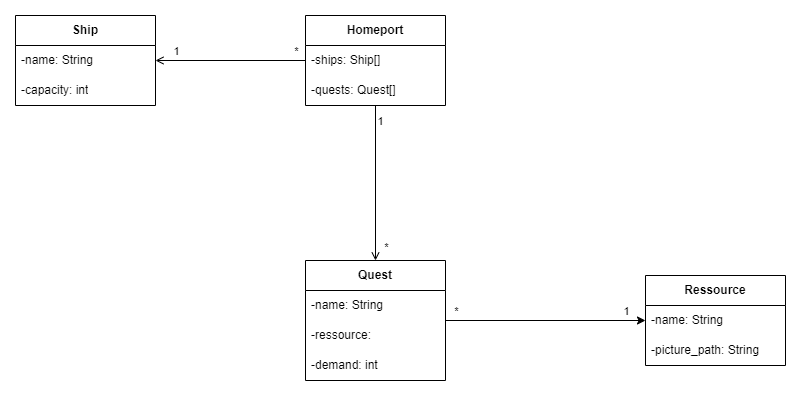
The draw.io diagram Klassendiagramm_Backend.drawio.png in Mole1803/SPoRT, before a commit. Source tidied: cells renumbered, new cells last; positions are measured from the earlier drawing's top-left corner, leaving out a move shared by most shapes.
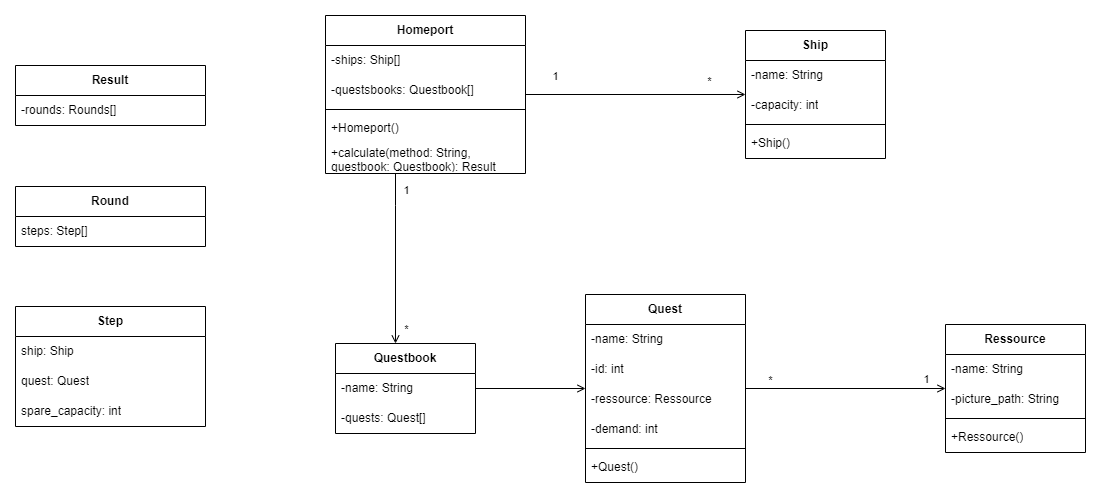
The same file after the commit.

Commit message:
update class diagram

Change to the diagram source:
```diff
@@ -1,84 +1,155 @@
-<mxGraphModel>
+<mxGraphModel background="#ffffff">
   <root>
     <mxCell id="0" />
     <mxCell id="1" parent="0" />
-    <mxCell id="2" style="edgeStyle=orthogonalEdgeStyle;rounded=0;jettySize=auto;html=1;endArrow=none;endFill=0;startArrow=open;startFill=0;" parent="1" edge="1" source="5" target="11">
+    <mxCell id="2" style="edgeStyle=orthogonalEdgeStyle;rounded=0;jettySize=auto;html=1;endArrow=none;endFill=0;startArrow=open;startFill=0;labelBackgroundColor=none;fontColor=default;" parent="1" edge="1" source="5" target="11">
       <mxGeometry relative="1" as="geometry" />
     </mxCell>
-    <mxCell id="3" value="*" style="edgeLabel;html=1;align=center;verticalAlign=middle;" parent="2" vertex="1">
+    <mxCell id="3" value="1" style="edgeLabel;html=1;align=center;verticalAlign=middle;rounded=0;labelBackgroundColor=none;" parent="2" vertex="1">
       <mxGeometry x="0.67" y="1" relative="1" as="geometry">
-        <mxPoint x="15" y="-9" as="offset" />
+        <mxPoint x="-8" y="-20" as="offset" />
       </mxGeometry>
     </mxCell>
-    <mxCell id="4" value="1" style="edgeLabel;html=1;align=center;verticalAlign=middle;" parent="2" vertex="1">
+    <mxCell id="4" value="*" style="edgeLabel;html=1;align=center;verticalAlign=middle;rounded=0;labelBackgroundColor=none;" parent="2" vertex="1">
       <mxGeometry x="-0.69" y="-2" relative="1" as="geometry">
         <mxPoint x="-3" y="-12" as="offset" />
       </mxGeometry>
     </mxCell>
-    <mxCell id="5" value="&lt;b&gt;Ship&lt;/b&gt;" style="swimlane;fontStyle=0;horizontal=1;startSize=30;whiteSpace=wrap;html=1;" parent="1" vertex="1">
-      <mxGeometry width="140" height="90" as="geometry" />
+    <mxCell id="5" value="&lt;b&gt;Ship&lt;/b&gt;" style="swimlane;fontStyle=0;horizontal=1;startSize=30;whiteSpace=wrap;html=1;rounded=0;labelBackgroundColor=none;" parent="1" vertex="1">
+      <mxGeometry x="680" y="40" width="140" height="128" as="geometry" />
     </mxCell>
-    <mxCell id="6" value="-name: String" style="text;strokeColor=none;fillColor=none;align=left;verticalAlign=middle;spacingLeft=4;spacingRight=4;overflow=hidden;whiteSpace=wrap;html=1;" parent="5" vertex="1">
+    <mxCell id="6" value="-name: String" style="text;strokeColor=none;fillColor=none;align=left;verticalAlign=middle;spacingLeft=4;spacingRight=4;overflow=hidden;whiteSpace=wrap;html=1;rounded=0;labelBackgroundColor=none;" parent="5" vertex="1">
       <mxGeometry y="30" width="140" height="30" as="geometry" />
     </mxCell>
-    <mxCell id="7" value="-capacity: int" style="text;strokeColor=none;fillColor=none;align=left;verticalAlign=middle;spacingLeft=4;spacingRight=4;overflow=hidden;whiteSpace=wrap;html=1;" parent="5" vertex="1">
+    <mxCell id="7" value="-capacity: int" style="text;strokeColor=none;fillColor=none;align=left;verticalAlign=middle;spacingLeft=4;spacingRight=4;overflow=hidden;whiteSpace=wrap;html=1;rounded=0;labelBackgroundColor=none;" parent="5" vertex="1">
       <mxGeometry y="60" width="140" height="30" as="geometry" />
     </mxCell>
+    <mxCell id="24" style="line;strokeWidth=1;fillColor=none;align=left;verticalAlign=middle;spacingTop=-1;spacingLeft=3;spacingRight=3;labelPosition=right;rounded=0;labelBackgroundColor=none;" parent="5" vertex="1">
+      <mxGeometry y="90" width="140" height="8" as="geometry" />
+    </mxCell>
+    <mxCell id="25" value="+Ship()" style="text;strokeColor=none;fillColor=none;align=left;verticalAlign=middle;spacingLeft=4;spacingRight=4;overflow=hidden;whiteSpace=wrap;html=1;rounded=0;labelBackgroundColor=none;" parent="5" vertex="1">
+      <mxGeometry y="98" width="140" height="30" as="geometry" />
+    </mxCell>
-    <mxCell id="8" style="edgeStyle=orthogonalEdgeStyle;rounded=0;jettySize=auto;html=1;endArrow=open;endFill=0;" parent="1" edge="1" source="11" target="17">
-      <mxGeometry relative="1" as="geometry" />
+    <mxCell id="8" style="edgeStyle=orthogonalEdgeStyle;rounded=0;jettySize=auto;html=1;endArrow=open;endFill=0;labelBackgroundColor=none;fontColor=default;" parent="1" edge="1" source="28" target="35">
+      <mxGeometry relative="1" as="geometry">
+        <Array as="points">
+          <mxPoint x="330" y="215" />
+          <mxPoint x="330" y="215" />
+        </Array>
+      </mxGeometry>
     </mxCell>
+    <mxCell id="10" value="*" style="edgeLabel;html=1;align=center;verticalAlign=middle;rounded=0;labelBackgroundColor=none;" parent="8" vertex="1">
+      <mxGeometry x="0.82" y="5" relative="1" as="geometry">
+        <mxPoint x="5" as="offset" />
+      </mxGeometry>
+    </mxCell>
-    <mxCell id="9" value="1" style="edgeLabel;html=1;align=center;verticalAlign=middle;" parent="8" vertex="1">
-      <mxGeometry x="-0.75" y="4" relative="1" as="geometry">
-        <mxPoint y="-4" as="offset" />
+    <mxCell id="9" value="1" style="edgeLabel;html=1;align=center;verticalAlign=middle;rounded=0;labelBackgroundColor=none;" parent="8" vertex="1">
+      <mxGeometry x="-0.81" y="1" relative="1" as="geometry">
+        <mxPoint x="9" as="offset" />
       </mxGeometry>
     </mxCell>
-    <mxCell id="10" value="*" style="edgeLabel;html=1;align=center;verticalAlign=middle;" parent="8" vertex="1">
-      <mxGeometry x="0.82" y="5" relative="1" as="geometry">
-        <mxPoint x="5" as="offset" />
-      </mxGeometry>
-    </mxCell>
-    <mxCell id="11" value="&lt;b&gt;Homeport&lt;/b&gt;" style="swimlane;fontStyle=0;horizontal=1;startSize=30;whiteSpace=wrap;html=1;" parent="1" vertex="1">
-      <mxGeometry x="290" width="140" height="90" as="geometry" />
+    <mxCell id="11" value="&lt;b&gt;Homeport&lt;/b&gt;" style="swimlane;fontStyle=0;horizontal=1;startSize=30;whiteSpace=wrap;html=1;rounded=0;labelBackgroundColor=none;gradientColor=none;swimlaneFillColor=none;" parent="1" vertex="1">
+      <mxGeometry x="260" y="25" width="200" height="158" as="geometry" />
     </mxCell>
-    <mxCell id="12" value="-ships: Ship[]" style="text;strokeColor=none;fillColor=none;align=left;verticalAlign=middle;spacingLeft=4;spacingRight=4;overflow=hidden;whiteSpace=wrap;html=1;" parent="11" vertex="1">
-      <mxGeometry y="30" width="140" height="30" as="geometry" />
+    <mxCell id="12" value="-ships: Ship[]" style="text;strokeColor=none;fillColor=none;align=left;verticalAlign=middle;spacingLeft=4;spacingRight=4;overflow=hidden;whiteSpace=wrap;html=1;rounded=0;labelBackgroundColor=none;" parent="11" vertex="1">
+      <mxGeometry y="30" width="200" height="30" as="geometry" />
     </mxCell>
-    <mxCell id="13" value="-quests: Quest[]" style="text;strokeColor=none;fillColor=none;align=left;verticalAlign=middle;spacingLeft=4;spacingRight=4;overflow=hidden;whiteSpace=wrap;html=1;" parent="11" vertex="1">
-      <mxGeometry y="60" width="140" height="30" as="geometry" />
+    <mxCell id="13" value="-questsbooks: Questbook[]" style="text;strokeColor=none;fillColor=none;align=left;verticalAlign=middle;spacingLeft=4;spacingRight=4;overflow=hidden;whiteSpace=wrap;html=1;rounded=0;labelBackgroundColor=none;" parent="11" vertex="1">
+      <mxGeometry y="60" width="200" height="30" as="geometry" />
     </mxCell>
+    <mxCell id="26" style="line;strokeWidth=1;fillColor=none;align=left;verticalAlign=middle;spacingTop=-1;spacingLeft=3;spacingRight=3;labelPosition=right;rounded=0;labelBackgroundColor=none;" parent="11" vertex="1">
+      <mxGeometry y="90" width="200" height="8" as="geometry" />
+    </mxCell>
+    <mxCell id="27" value="+Homeport()" style="text;strokeColor=none;fillColor=none;align=left;verticalAlign=middle;spacingLeft=4;spacingRight=4;overflow=hidden;whiteSpace=wrap;html=1;rounded=0;labelBackgroundColor=none;" parent="11" vertex="1">
+      <mxGeometry y="98" width="200" height="30" as="geometry" />
+    </mxCell>
+    <mxCell id="28" value="+calculate(method: String, questbook: Questbook): Result" style="text;strokeColor=none;fillColor=none;align=left;verticalAlign=middle;spacingLeft=4;spacingRight=4;overflow=hidden;points=[[0,0.5],[1,0.5]];portConstraint=eastwest;whiteSpace=wrap;html=1;rounded=0;labelBackgroundColor=none;" parent="11" vertex="1">
+      <mxGeometry y="128" width="200" height="30" as="geometry" />
+    </mxCell>
-    <mxCell id="14" style="edgeStyle=orthogonalEdgeStyle;rounded=0;jettySize=auto;html=1;" parent="1" edge="1" source="17" target="21">
+    <mxCell id="14" style="edgeStyle=orthogonalEdgeStyle;rounded=0;jettySize=auto;html=1;endArrow=open;endFill=0;labelBackgroundColor=none;fontColor=default;" parent="1" edge="1" source="17" target="21">
       <mxGeometry relative="1" as="geometry" />
     </mxCell>
-    <mxCell id="15" value="1" style="edgeLabel;html=1;align=center;verticalAlign=middle;" parent="14" vertex="1">
+    <mxCell id="15" value="1" style="edgeLabel;html=1;align=center;verticalAlign=middle;rounded=0;labelBackgroundColor=none;" parent="14" vertex="1">
       <mxGeometry x="-0.81" y="3" relative="1" as="geometry">
         <mxPoint x="161" y="-7" as="offset" />
       </mxGeometry>
     </mxCell>
-    <mxCell id="16" value="*" style="edgeLabel;html=1;align=center;verticalAlign=middle;" parent="14" vertex="1">
+    <mxCell id="16" value="*" style="edgeLabel;html=1;align=center;verticalAlign=middle;rounded=0;labelBackgroundColor=none;" parent="14" vertex="1">
       <mxGeometry x="0.75" y="2" relative="1" as="geometry">
-        <mxPoint x="-165" y="-8" as="offset" />
+        <mxPoint x="-151" y="-7" as="offset" />
       </mxGeometry>
     </mxCell>
-    <mxCell id="17" value="&lt;b&gt;Quest&lt;/b&gt;" style="swimlane;fontStyle=0;horizontal=1;startSize=30;whiteSpace=wrap;html=1;" parent="1" vertex="1">
-      <mxGeometry x="290" y="245" width="140" height="120" as="geometry" />
+    <mxCell id="17" value="&lt;b&gt;Quest&lt;/b&gt;" style="swimlane;fontStyle=0;horizontal=1;startSize=30;whiteSpace=wrap;html=1;rounded=0;labelBackgroundColor=none;" parent="1" vertex="1">
+      <mxGeometry x="520" y="304" width="160" height="188" as="geometry" />
     </mxCell>
-    <mxCell id="18" value="-name: String" style="text;strokeColor=none;fillColor=none;align=left;verticalAlign=middle;spacingLeft=4;spacingRight=4;overflow=hidden;whiteSpace=wrap;html=1;" parent="17" vertex="1">
-      <mxGeometry y="30" width="140" height="30" as="geometry" />
+    <mxCell id="18" value="-name: String" style="text;strokeColor=none;fillColor=none;align=left;verticalAlign=middle;spacingLeft=4;spacingRight=4;overflow=hidden;whiteSpace=wrap;html=1;rounded=0;labelBackgroundColor=none;" parent="17" vertex="1">
+      <mxGeometry y="30" width="160" height="30" as="geometry" />
     </mxCell>
+    <mxCell id="29" value="-id: int" style="text;strokeColor=none;fillColor=none;align=left;verticalAlign=middle;spacingLeft=4;spacingRight=4;overflow=hidden;whiteSpace=wrap;html=1;rounded=0;labelBackgroundColor=none;" parent="17" vertex="1">
+      <mxGeometry y="60" width="160" height="30" as="geometry" />
+    </mxCell>
-    <mxCell id="19" value="-ressource:&amp;nbsp;" style="text;strokeColor=none;fillColor=none;align=left;verticalAlign=middle;spacingLeft=4;spacingRight=4;overflow=hidden;whiteSpace=wrap;html=1;" parent="17" vertex="1">
-      <mxGeometry y="60" width="140" height="30" as="geometry" />
+    <mxCell id="19" value="-ressource: Ressource" style="text;strokeColor=none;fillColor=none;align=left;verticalAlign=middle;spacingLeft=4;spacingRight=4;overflow=hidden;whiteSpace=wrap;html=1;rounded=0;labelBackgroundColor=none;" parent="17" vertex="1">
+      <mxGeometry y="90" width="160" height="30" as="geometry" />
     </mxCell>
-    <mxCell id="20" value="-demand: int" style="text;strokeColor=none;fillColor=none;align=left;verticalAlign=middle;spacingLeft=4;spacingRight=4;overflow=hidden;whiteSpace=wrap;html=1;" parent="17" vertex="1">
-      <mxGeometry y="90" width="140" height="30" as="geometry" />
+    <mxCell id="20" value="-demand: int" style="text;strokeColor=none;fillColor=none;align=left;verticalAlign=middle;spacingLeft=4;spacingRight=4;overflow=hidden;whiteSpace=wrap;html=1;rounded=0;labelBackgroundColor=none;" parent="17" vertex="1">
+      <mxGeometry y="120" width="160" height="30" as="geometry" />
     </mxCell>
+    <mxCell id="30" style="line;strokeWidth=1;fillColor=none;align=left;verticalAlign=middle;spacingTop=-1;spacingLeft=3;spacingRight=3;labelPosition=right;rounded=0;labelBackgroundColor=none;" parent="17" vertex="1">
+      <mxGeometry y="150" width="160" height="8" as="geometry" />
+    </mxCell>
+    <mxCell id="31" value="+Quest()" style="text;strokeColor=none;fillColor=none;align=left;verticalAlign=middle;spacingLeft=4;spacingRight=4;overflow=hidden;whiteSpace=wrap;html=1;rounded=0;labelBackgroundColor=none;" parent="17" vertex="1">
+      <mxGeometry y="158" width="160" height="30" as="geometry" />
+    </mxCell>
-    <mxCell id="21" value="&lt;b&gt;Ressource&lt;/b&gt;" style="swimlane;fontStyle=0;horizontal=1;startSize=30;whiteSpace=wrap;html=1;" parent="1" vertex="1">
-      <mxGeometry x="630" y="260" width="140" height="90" as="geometry" />
+    <mxCell id="21" value="&lt;b&gt;Ressource&lt;/b&gt;" style="swimlane;fontStyle=0;horizontal=1;startSize=30;whiteSpace=wrap;html=1;rounded=0;labelBackgroundColor=none;" parent="1" vertex="1">
+      <mxGeometry x="880" y="334" width="140" height="128" as="geometry" />
     </mxCell>
-    <mxCell id="22" value="-name: String" style="text;strokeColor=none;fillColor=none;align=left;verticalAlign=middle;spacingLeft=4;spacingRight=4;overflow=hidden;whiteSpace=wrap;html=1;" parent="21" vertex="1">
+    <mxCell id="22" value="-name: String" style="text;strokeColor=none;fillColor=none;align=left;verticalAlign=middle;spacingLeft=4;spacingRight=4;overflow=hidden;whiteSpace=wrap;html=1;rounded=0;labelBackgroundColor=none;" parent="21" vertex="1">
       <mxGeometry y="30" width="140" height="30" as="geometry" />
     </mxCell>
-    <mxCell id="23" value="-picture_path: String" style="text;strokeColor=none;fillColor=none;align=left;verticalAlign=middle;spacingLeft=4;spacingRight=4;overflow=hidden;whiteSpace=wrap;html=1;" parent="21" vertex="1">
+    <mxCell id="23" value="-picture_path: String" style="text;strokeColor=none;fillColor=none;align=left;verticalAlign=middle;spacingLeft=4;spacingRight=4;overflow=hidden;whiteSpace=wrap;html=1;rounded=0;labelBackgroundColor=none;" parent="21" vertex="1">
       <mxGeometry y="60" width="140" height="30" as="geometry" />
     </mxCell>
+    <mxCell id="32" style="line;strokeWidth=1;fillColor=none;align=left;verticalAlign=middle;spacingTop=-1;spacingLeft=3;spacingRight=3;labelPosition=right;rounded=0;labelBackgroundColor=none;" parent="21" vertex="1">
+      <mxGeometry y="90" width="140" height="8" as="geometry" />
+    </mxCell>
+    <mxCell id="33" value="+Ressource()" style="text;strokeColor=none;fillColor=none;align=left;verticalAlign=middle;spacingLeft=4;spacingRight=4;overflow=hidden;whiteSpace=wrap;html=1;rounded=0;labelBackgroundColor=none;" parent="21" vertex="1">
+      <mxGeometry y="98" width="140" height="30" as="geometry" />
+    </mxCell>
+    <mxCell id="34" style="edgeStyle=orthogonalEdgeStyle;rounded=0;jettySize=auto;html=1;endArrow=open;endFill=0;" parent="1" edge="1" source="35" target="17">
+      <mxGeometry relative="1" as="geometry" />
+    </mxCell>
+    <mxCell id="35" value="Questbook" style="swimlane;fontStyle=1;horizontal=1;startSize=30;whiteSpace=wrap;html=1;" parent="1" vertex="1">
+      <mxGeometry x="270" y="353" width="140" height="90" as="geometry" />
+    </mxCell>
+    <mxCell id="36" value="-name: String" style="text;strokeColor=none;fillColor=none;align=left;verticalAlign=middle;spacingLeft=4;spacingRight=4;overflow=hidden;whiteSpace=wrap;html=1;" parent="35" vertex="1">
+      <mxGeometry y="30" width="140" height="30" as="geometry" />
+    </mxCell>
+    <mxCell id="37" value="-quests: Quest[]" style="text;strokeColor=none;fillColor=none;align=left;verticalAlign=middle;spacingLeft=4;spacingRight=4;overflow=hidden;whiteSpace=wrap;html=1;rounded=0;labelBackgroundColor=none;" parent="35" vertex="1">
+      <mxGeometry y="60" width="140" height="30" as="geometry" />
+    </mxCell>
+    <mxCell id="38" value="Result" style="swimlane;fontStyle=1;horizontal=1;startSize=30;whiteSpace=wrap;html=1;" parent="1" vertex="1">
+      <mxGeometry x="-50" y="75" width="190" height="60" as="geometry" />
+    </mxCell>
+    <mxCell id="39" value="-rounds: Rounds[]" style="text;strokeColor=none;fillColor=none;align=left;verticalAlign=middle;spacingLeft=4;spacingRight=4;overflow=hidden;whiteSpace=wrap;html=1;" parent="38" vertex="1">
+      <mxGeometry y="30" width="190" height="30" as="geometry" />
+    </mxCell>
+    <mxCell id="40" value="Round" style="swimlane;fontStyle=1;horizontal=1;startSize=30;whiteSpace=wrap;html=1;" parent="1" vertex="1">
+      <mxGeometry x="-50" y="196" width="190" height="60" as="geometry" />
+    </mxCell>
+    <mxCell id="41" value="steps: Step[]" style="text;strokeColor=none;fillColor=none;align=left;verticalAlign=middle;spacingLeft=4;spacingRight=4;overflow=hidden;whiteSpace=wrap;html=1;" parent="40" vertex="1">
+      <mxGeometry y="30" width="190" height="30" as="geometry" />
+    </mxCell>
+    <mxCell id="42" value="Step" style="swimlane;fontStyle=1;horizontal=1;startSize=30;whiteSpace=wrap;html=1;" parent="1" vertex="1">
+      <mxGeometry x="-50" y="316" width="190" height="120" as="geometry" />
+    </mxCell>
+    <mxCell id="43" value="ship: Ship" style="text;strokeColor=none;fillColor=none;align=left;verticalAlign=middle;spacingLeft=4;spacingRight=4;overflow=hidden;whiteSpace=wrap;html=1;" parent="42" vertex="1">
+      <mxGeometry y="30" width="190" height="30" as="geometry" />
+    </mxCell>
+    <mxCell id="44" value="quest: Quest" style="text;strokeColor=none;fillColor=none;align=left;verticalAlign=middle;spacingLeft=4;spacingRight=4;overflow=hidden;whiteSpace=wrap;html=1;" parent="42" vertex="1">
+      <mxGeometry y="60" width="190" height="30" as="geometry" />
+    </mxCell>
+    <mxCell id="45" value="spare_capacity: int" style="text;strokeColor=none;fillColor=none;align=left;verticalAlign=middle;spacingLeft=4;spacingRight=4;overflow=hidden;whiteSpace=wrap;html=1;" parent="42" vertex="1">
+      <mxGeometry y="90" width="190" height="30" as="geometry" />
+    </mxCell>
   </root>
 </mxGraphModel>
```
